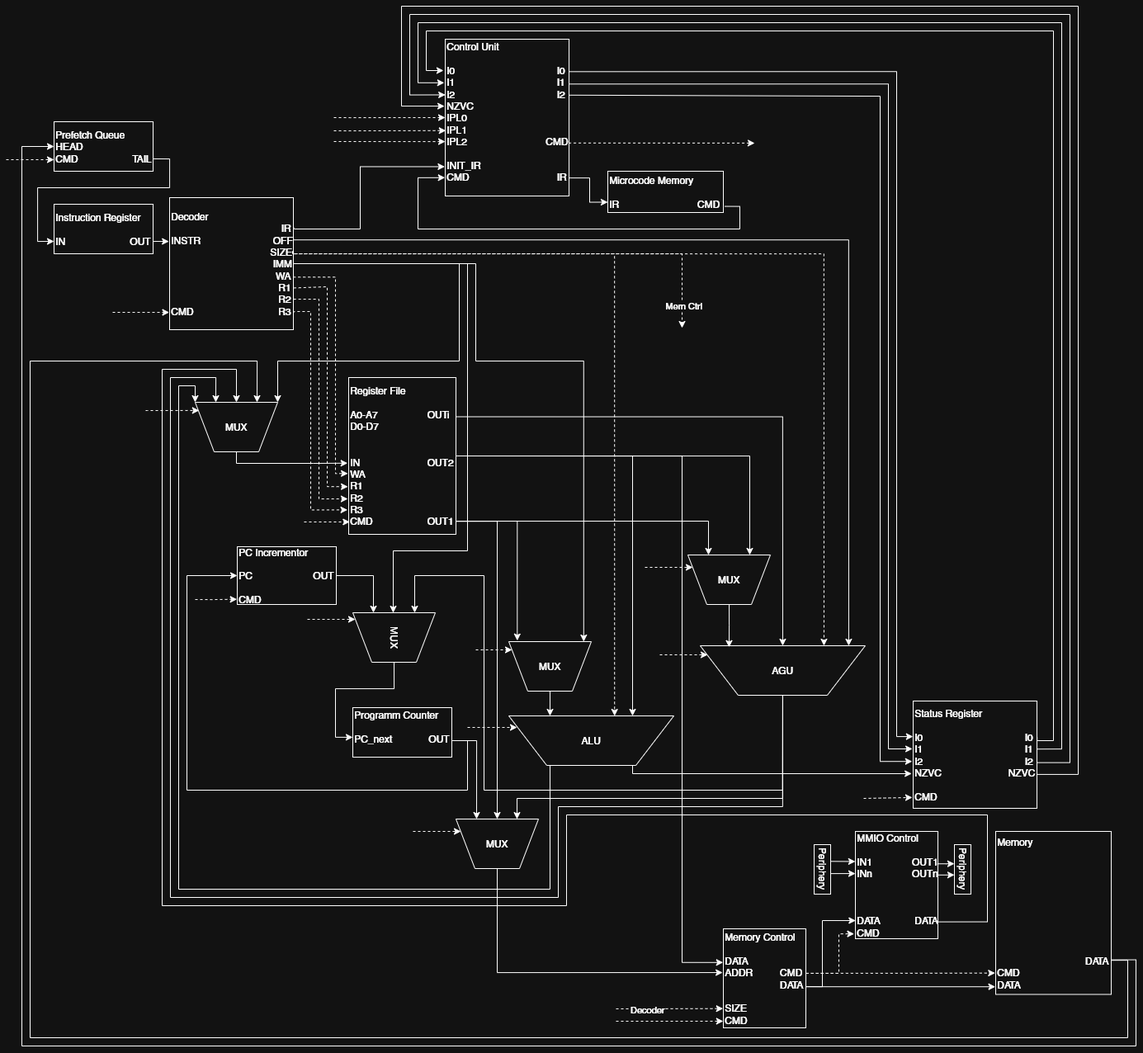
Earlier version of the draw.io export scheme/llm68kscheme.drawio.png (tr-osfh/computer_architecture). Source tidied: cells renumbered, new cells last; positions are measured from the earlier drawing's top-left corner, leaving out a move shared by most shapes.
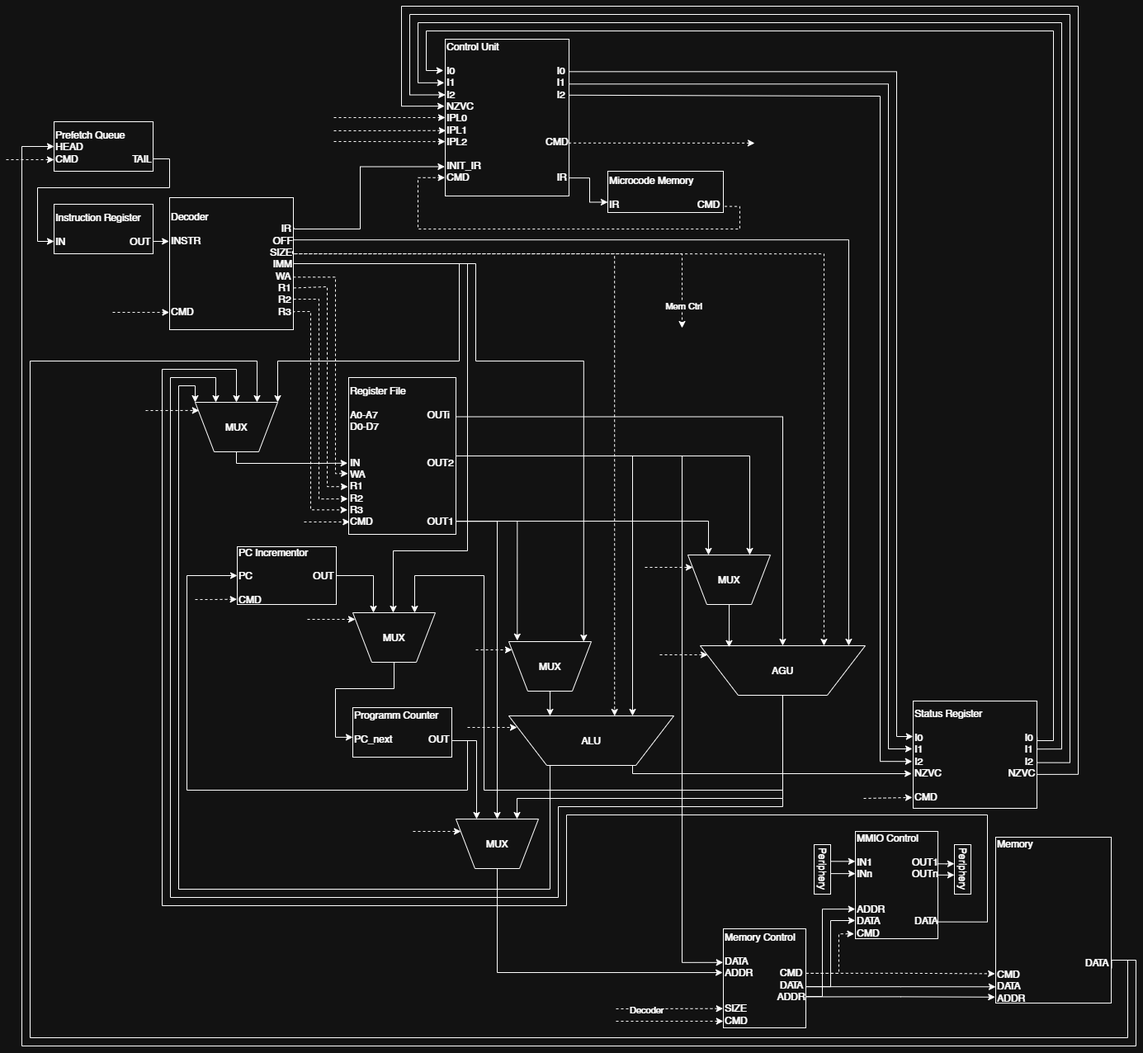
The same file after the commit.

Commit message:
fix: add addr path from mem ctrl to mem

Diff of the diagram source:
```diff
@@ -54,8 +54,8 @@
         </Array>
       </mxGeometry>
     </mxCell>
-    <mxCell id="12" value="&lt;div&gt;&lt;span style=&quot;background-color: transparent; color: light-dark(rgb(0, 0, 0), rgb(255, 255, 255));&quot;&gt;Memory&lt;/span&gt;&lt;/div&gt;&lt;div&gt;&lt;br&gt;&lt;/div&gt;&lt;div&gt;&lt;br&gt;&lt;/div&gt;&lt;div&gt;&lt;br&gt;&lt;/div&gt;&lt;div&gt;&lt;br&gt;&lt;/div&gt;&lt;div&gt;&lt;br&gt;&lt;/div&gt;&lt;div&gt;&lt;br&gt;&lt;/div&gt;&lt;div&gt;&lt;br&gt;&lt;/div&gt;&lt;div&gt;&lt;br&gt;&lt;/div&gt;&lt;div&gt;&lt;br&gt;&lt;/div&gt;&lt;div&gt;&amp;nbsp; &amp;nbsp; &amp;nbsp; &amp;nbsp; &amp;nbsp; &amp;nbsp; &amp;nbsp; &amp;nbsp; &amp;nbsp; &amp;nbsp; &amp;nbsp; &amp;nbsp; &lt;span style=&quot;white-space: pre;&quot;&gt;&#9;&lt;/span&gt;DATA&lt;/div&gt;&lt;div&gt;CMD&lt;br&gt;DATA&lt;br&gt;&lt;/div&gt;" style="rounded=0;whiteSpace=wrap;html=1;align=left;" parent="1" vertex="1">
-      <mxGeometry x="1199" y="1000" width="140" height="197.5" as="geometry" />
+    <mxCell id="12" value="&lt;div&gt;&lt;span style=&quot;background-color: transparent; color: light-dark(rgb(0, 0, 0), rgb(255, 255, 255));&quot;&gt;Memory&lt;/span&gt;&lt;/div&gt;&lt;div&gt;&lt;br&gt;&lt;/div&gt;&lt;div&gt;&lt;br&gt;&lt;/div&gt;&lt;div&gt;&lt;br&gt;&lt;/div&gt;&lt;div&gt;&lt;br&gt;&lt;/div&gt;&lt;div&gt;&lt;br&gt;&lt;/div&gt;&lt;div&gt;&lt;br&gt;&lt;/div&gt;&lt;div&gt;&lt;br&gt;&lt;/div&gt;&lt;div&gt;&lt;br&gt;&lt;/div&gt;&lt;div&gt;&lt;br&gt;&lt;/div&gt;&lt;div&gt;&amp;nbsp; &amp;nbsp; &amp;nbsp; &amp;nbsp; &amp;nbsp; &amp;nbsp; &amp;nbsp; &amp;nbsp; &amp;nbsp; &amp;nbsp; &amp;nbsp; &amp;nbsp; &lt;span style=&quot;white-space: pre;&quot;&gt;&#9;&lt;/span&gt;DATA&lt;/div&gt;&lt;div&gt;CMD&lt;br&gt;DATA&lt;br&gt;&lt;/div&gt;&lt;div&gt;ADDR&lt;/div&gt;" style="rounded=0;whiteSpace=wrap;html=1;align=left;" parent="1" vertex="1">
+      <mxGeometry x="1199" y="1007" width="140" height="201" as="geometry" />
     </mxCell>
     <mxCell id="13" style="edgeStyle=orthogonalEdgeStyle;rounded=0;jettySize=auto;html=1;exitX=1;exitY=0.5;exitDx=0;exitDy=0;entryX=0.25;entryY=1;entryDx=0;entryDy=0;" parent="1" edge="1" source="15" target="17">
       <mxGeometry relative="1" as="geometry">
@@ -79,7 +79,7 @@
     <mxCell id="15" value="Programm Counter&lt;div&gt;&lt;br&gt;&lt;/div&gt;&lt;div&gt;PC_next&lt;span style=&quot;white-space: pre;&quot;&gt;&#9;&lt;/span&gt;&lt;span style=&quot;white-space: pre;&quot;&gt;&#9;&lt;/span&gt;&amp;nbsp; &amp;nbsp;OUT&lt;/div&gt;&lt;div&gt;&lt;br&gt;&lt;/div&gt;" style="rounded=0;whiteSpace=wrap;html=1;align=left;" parent="1" vertex="1">
       <mxGeometry x="420" y="850" width="120" height="60" as="geometry" />
     </mxCell>
-    <mxCell id="16" value="Memory Control&lt;br&gt;&lt;div&gt;&lt;br&gt;&lt;/div&gt;&lt;div&gt;DATA&lt;span style=&quot;white-space: pre;&quot;&gt;&#9;     &#9;&lt;/span&gt;&lt;/div&gt;&lt;div&gt;ADDR&lt;span style=&quot;white-space: pre;&quot;&gt;&#9;&lt;/span&gt;&amp;nbsp; &amp;nbsp; &lt;span style=&quot;white-space: pre; background-color: transparent; color: light-dark(rgb(0, 0, 0), rgb(255, 255, 255));&quot;&gt;CMD&lt;/span&gt;&lt;/div&gt;&lt;div&gt;&amp;nbsp; &amp;nbsp; &amp;nbsp; &amp;nbsp;&lt;span style=&quot;white-space: pre;&quot;&gt;&#9;&lt;/span&gt;&lt;span style=&quot;background-color: transparent; color: light-dark(rgb(0, 0, 0), rgb(255, 255, 255)); white-space: pre;&quot;&gt;&#9;&lt;/span&gt;&amp;nbsp; &amp;nbsp;&amp;nbsp;DATA&lt;/div&gt;&lt;div&gt;&lt;br&gt;&lt;/div&gt;&lt;div&gt;SIZE&lt;/div&gt;&lt;div&gt;CMD&lt;/div&gt;" style="rounded=0;whiteSpace=wrap;html=1;align=left;" parent="1" vertex="1">
+    <mxCell id="16" value="Memory Control&lt;br&gt;&lt;div&gt;&lt;br&gt;&lt;/div&gt;&lt;div&gt;DATA&lt;span style=&quot;white-space: pre;&quot;&gt;&#9;     &#9;&lt;/span&gt;&lt;/div&gt;&lt;div&gt;ADDR&lt;span style=&quot;white-space: pre;&quot;&gt;&#9;&lt;/span&gt;&amp;nbsp; &amp;nbsp; &lt;span style=&quot;white-space: pre; background-color: transparent; color: light-dark(rgb(0, 0, 0), rgb(255, 255, 255));&quot;&gt;CMD&lt;/span&gt;&lt;/div&gt;&lt;div&gt;&amp;nbsp; &amp;nbsp; &amp;nbsp; &amp;nbsp;&lt;span style=&quot;white-space: pre;&quot;&gt;&#9;&lt;/span&gt;&lt;span style=&quot;background-color: transparent; color: light-dark(rgb(0, 0, 0), rgb(255, 255, 255)); white-space: pre;&quot;&gt;&#9;&lt;/span&gt;&amp;nbsp; &amp;nbsp;&amp;nbsp;DATA&lt;/div&gt;&lt;div&gt;&lt;span style=&quot;white-space: pre;&quot;&gt;&#9;&lt;/span&gt;&lt;span style=&quot;white-space: pre;&quot;&gt;&#9;&lt;/span&gt;&amp;nbsp; &amp;nbsp;ADDR&lt;br&gt;&lt;/div&gt;&lt;div&gt;SIZE&lt;/div&gt;&lt;div&gt;CMD&lt;/div&gt;" style="rounded=0;whiteSpace=wrap;html=1;align=left;" parent="1" vertex="1">
       <mxGeometry x="869" y="1118" width="100" height="120" as="geometry" />
     </mxCell>
     <mxCell id="17" value="MUX" style="verticalLabelPosition=middle;verticalAlign=middle;html=1;shape=trapezoid;perimeter=trapezoidPerimeter;whiteSpace=wrap;size=0.23;arcSize=10;flipV=1;labelPosition=center;align=center;legacyAnchorPoints=0;rotation=0;" parent="1" vertex="1">
@@ -111,7 +111,7 @@
     <mxCell id="23" value="&lt;div&gt;Control Unit&lt;/div&gt;&lt;div&gt;&lt;br&gt;&lt;/div&gt;&lt;div&gt;&lt;div&gt;I0&lt;span style=&quot;white-space: pre;&quot;&gt;&#9;&lt;/span&gt;&lt;span style=&quot;white-space: pre;&quot;&gt;&#9;&lt;/span&gt;&lt;span style=&quot;white-space: pre;&quot;&gt;&#9;&lt;/span&gt;&lt;span style=&quot;white-space: pre;&quot;&gt;&#9;&lt;/span&gt;&lt;span style=&quot;white-space: pre;&quot;&gt;&#9;&lt;/span&gt;I0&lt;/div&gt;&lt;div&gt;I1&lt;span style=&quot;white-space: pre;&quot;&gt;&#9;&lt;/span&gt;&lt;span style=&quot;white-space: pre;&quot;&gt;&#9;&lt;/span&gt;&lt;span style=&quot;white-space: pre;&quot;&gt;&#9;&lt;/span&gt;&lt;span style=&quot;white-space: pre;&quot;&gt;&#9;&lt;/span&gt;&lt;span style=&quot;white-space: pre;&quot;&gt;&#9;&lt;/span&gt;I1&lt;/div&gt;&lt;div&gt;I2&lt;span style=&quot;white-space: pre;&quot;&gt;&#9;&lt;/span&gt;&lt;span style=&quot;white-space: pre;&quot;&gt;&#9;&lt;/span&gt;&lt;span style=&quot;white-space: pre;&quot;&gt;&#9;&lt;/span&gt;&lt;span style=&quot;white-space: pre;&quot;&gt;&#9;&lt;/span&gt;&lt;span style=&quot;white-space: pre;&quot;&gt;&#9;&lt;/span&gt;I2&lt;/div&gt;&lt;/div&gt;&lt;div&gt;NZVC&lt;/div&gt;&lt;div&gt;IPL0&lt;/div&gt;&lt;div&gt;IPL1&lt;/div&gt;&lt;div&gt;IPL2&lt;span style=&quot;white-space: pre;&quot;&gt;&#9;&lt;/span&gt;&lt;span style=&quot;white-space: pre;&quot;&gt;&#9;&lt;/span&gt;&lt;span style=&quot;white-space: pre;&quot;&gt;&#9;&lt;/span&gt;&lt;span style=&quot;white-space: pre;&quot;&gt;&#9;&amp;nbsp;&lt;/span&gt;&amp;nbsp; &amp;nbsp;CMD&lt;/div&gt;&lt;div&gt;&lt;span style=&quot;white-space: pre;&quot;&gt;&#9;&lt;/span&gt;&lt;span style=&quot;white-space: pre;&quot;&gt;&#9;&lt;/span&gt;&lt;span style=&quot;white-space: pre;&quot;&gt;&#9;&lt;/span&gt;&lt;span style=&quot;white-space: pre;&quot;&gt;&#9;&lt;/span&gt;&amp;nbsp; &amp;nbsp; &amp;nbsp; &amp;nbsp;&amp;nbsp;&lt;/div&gt;&lt;div&gt;&lt;span style=&quot;background-color: transparent; color: light-dark(rgb(0, 0, 0), rgb(255, 255, 255));&quot;&gt;INIT_IR&amp;nbsp;&amp;nbsp;&lt;span style=&quot;white-space: pre;&quot;&gt;&#9;&lt;/span&gt;&lt;span style=&quot;white-space: pre;&quot;&gt;&#9;&lt;/span&gt;&lt;span style=&quot;white-space: pre;&quot;&gt;&#9;&lt;/span&gt;&amp;nbsp; &amp;nbsp; &amp;nbsp; &amp;nbsp;&amp;nbsp;&lt;/span&gt;&lt;/div&gt;&lt;div&gt;&lt;span style=&quot;background-color: transparent; color: light-dark(rgb(0, 0, 0), rgb(255, 255, 255));&quot;&gt;CMD&amp;nbsp;&amp;nbsp;&lt;/span&gt;&lt;span style=&quot;background-color: transparent; color: light-dark(rgb(0, 0, 0), rgb(255, 255, 255)); white-space: pre;&quot;&gt;&#9;&lt;/span&gt;&lt;span style=&quot;background-color: transparent; color: light-dark(rgb(0, 0, 0), rgb(255, 255, 255)); white-space: pre;&quot;&gt;&#9;&lt;/span&gt;&lt;span style=&quot;background-color: transparent; color: light-dark(rgb(0, 0, 0), rgb(255, 255, 255)); white-space: pre;&quot;&gt;&#9;&lt;/span&gt;&amp;nbsp; &amp;nbsp; &amp;nbsp; &amp;nbsp;&amp;nbsp;&lt;span style=&quot;background-color: transparent; color: light-dark(rgb(0, 0, 0), rgb(255, 255, 255));&quot;&gt;IR&lt;/span&gt;&lt;/div&gt;&lt;div&gt;&lt;span style=&quot;background-color: transparent; color: light-dark(rgb(0, 0, 0), rgb(255, 255, 255));&quot;&gt;&lt;br&gt;&lt;/span&gt;&lt;/div&gt;" style="rounded=0;whiteSpace=wrap;html=1;align=left;" parent="1" vertex="1">
       <mxGeometry x="532" y="40" width="150" height="190" as="geometry" />
     </mxCell>
-    <mxCell id="24" style="edgeStyle=orthogonalEdgeStyle;rounded=0;jettySize=auto;html=1;exitX=1.011;exitY=0.851;exitDx=0;exitDy=0;exitPerimeter=0;entryX=-0.002;entryY=0.883;entryDx=0;entryDy=0;entryPerimeter=0;" parent="1" edge="1" source="22" target="23">
+    <mxCell id="24" style="edgeStyle=orthogonalEdgeStyle;rounded=0;jettySize=auto;html=1;exitX=1.011;exitY=0.851;exitDx=0;exitDy=0;exitPerimeter=0;entryX=-0.002;entryY=0.883;entryDx=0;entryDy=0;entryPerimeter=0;dashed=1;" parent="1" edge="1" source="22" target="23">
       <mxGeometry relative="1" as="geometry">
         <Array as="points">
           <mxPoint x="889" y="243" />
@@ -172,7 +172,7 @@
         </Array>
       </mxGeometry>
     </mxCell>
-    <mxCell id="33" value="MUX" style="verticalLabelPosition=middle;verticalAlign=middle;html=1;shape=trapezoid;perimeter=trapezoidPerimeter;whiteSpace=wrap;size=0.23;arcSize=10;flipV=1;labelPosition=center;align=center;legacyAnchorPoints=0;rotation=0;textDirection=vertical-lr;" parent="1" vertex="1">
+    <mxCell id="33" value="MUX" style="verticalLabelPosition=middle;verticalAlign=middle;html=1;shape=trapezoid;perimeter=trapezoidPerimeter;whiteSpace=wrap;size=0.23;arcSize=10;flipV=1;labelPosition=center;align=center;legacyAnchorPoints=0;rotation=0;" parent="1" vertex="1">
       <mxGeometry x="420" y="735" width="100" height="60" as="geometry" />
     </mxCell>
     <mxCell id="34" style="edgeStyle=orthogonalEdgeStyle;rounded=0;jettySize=auto;html=1;exitX=1;exitY=0.5;exitDx=0;exitDy=0;entryX=0.25;entryY=1;entryDx=0;entryDy=0;" parent="1" edge="1" source="35" target="33">
@@ -222,10 +222,14 @@
     <mxCell id="40" style="edgeStyle=orthogonalEdgeStyle;rounded=0;jettySize=auto;html=1;exitX=0.5;exitY=0;exitDx=0;exitDy=0;entryX=-0.009;entryY=0.442;entryDx=0;entryDy=0;entryPerimeter=0;" parent="1" edge="1" source="17" target="16">
       <mxGeometry relative="1" as="geometry" />
     </mxCell>
-    <mxCell id="41" style="edgeStyle=orthogonalEdgeStyle;rounded=0;jettySize=auto;html=1;exitX=1.003;exitY=0.449;exitDx=0;exitDy=0;exitPerimeter=0;entryX=-0.005;entryY=0.869;entryDx=0;entryDy=0;entryPerimeter=0;dashed=1;" parent="1" edge="1" source="16" target="12">
-      <mxGeometry relative="1" as="geometry" />
+    <mxCell id="41" style="edgeStyle=orthogonalEdgeStyle;rounded=0;jettySize=auto;html=1;exitX=1.003;exitY=0.449;exitDx=0;exitDy=0;exitPerimeter=0;dashed=1;entryX=-0.006;entryY=0.823;entryDx=0;entryDy=0;entryPerimeter=0;" parent="1" edge="1" source="16" target="12">
+      <mxGeometry relative="1" as="geometry">
+        <Array as="points">
+          <mxPoint x="1084" y="1172" />
+        </Array>
+      </mxGeometry>
     </mxCell>
-    <mxCell id="42" style="edgeStyle=orthogonalEdgeStyle;rounded=0;jettySize=auto;html=1;exitX=1.003;exitY=0.585;exitDx=0;exitDy=0;exitPerimeter=0;entryX=-0.003;entryY=0.953;entryDx=0;entryDy=0;entryPerimeter=0;" parent="1" edge="1" source="16" target="12">
+    <mxCell id="42" style="edgeStyle=orthogonalEdgeStyle;rounded=0;jettySize=auto;html=1;exitX=1.003;exitY=0.585;exitDx=0;exitDy=0;exitPerimeter=0;entryX=0;entryY=0.902;entryDx=0;entryDy=0;entryPerimeter=0;" parent="1" edge="1" source="16" target="12">
       <mxGeometry relative="1" as="geometry" />
     </mxCell>
     <mxCell id="43" style="edgeStyle=orthogonalEdgeStyle;rounded=0;jettySize=auto;html=1;entryX=0;entryY=0.5;entryDx=0;entryDy=0;exitX=1.002;exitY=0.788;exitDx=0;exitDy=0;exitPerimeter=0;" parent="1" edge="1" source="12" target="77">
@@ -549,7 +553,7 @@
     <mxCell id="85" value="Mem Ctrl" style="edgeLabel;html=1;align=center;verticalAlign=middle;" parent="84" vertex="1">
       <mxGeometry x="0.9" y="1" relative="1" as="geometry" />
     </mxCell>
-    <mxCell id="86" value="MMIO Control&lt;br&gt;&lt;div&gt;&lt;br&gt;&lt;/div&gt;&lt;div&gt;&lt;span style=&quot;white-space: pre;&quot;&gt;IN1&lt;span style=&quot;white-space: pre;&quot;&gt;&#9;&lt;/span&gt;&#9;    OUT&lt;/span&gt;1&lt;/div&gt;&lt;div&gt;&lt;span style=&quot;white-space: pre;&quot;&gt;INn&lt;span style=&quot;white-space: pre;&quot;&gt;&#9;&lt;/span&gt;&lt;span style=&quot;white-space: pre;&quot;&gt;&#9;&lt;/span&gt;    OUTn&lt;/span&gt;&lt;/div&gt;&lt;div&gt;&lt;span style=&quot;background-color: transparent; color: light-dark(rgb(0, 0, 0), rgb(255, 255, 255));&quot;&gt;&lt;span style=&quot;white-space: pre;&quot;&gt;&#9;&lt;/span&gt;&lt;span style=&quot;white-space: pre;&quot;&gt;&#9;&lt;/span&gt;&lt;span style=&quot;white-space: pre;&quot;&gt;&#9;&lt;/span&gt;&amp;nbsp; &amp;nbsp; &amp;nbsp; &amp;nbsp;&lt;/span&gt;&lt;span style=&quot;background-color: transparent; color: light-dark(rgb(0, 0, 0), rgb(255, 255, 255)); white-space: pre;&quot;&gt;&#9;&lt;/span&gt;&lt;span style=&quot;background-color: transparent; color: light-dark(rgb(0, 0, 0), rgb(255, 255, 255)); white-space: pre;&quot;&gt;&#9;&lt;/span&gt;&lt;span style=&quot;background-color: transparent; color: light-dark(rgb(0, 0, 0), rgb(255, 255, 255));&quot;&gt;&amp;nbsp; &amp;nbsp;&amp;nbsp;&lt;/span&gt;&lt;/div&gt;&lt;div&gt;&lt;br&gt;&lt;/div&gt;&lt;div&gt;&lt;span style=&quot;background-color: transparent; color: light-dark(rgb(0, 0, 0), rgb(255, 255, 255));&quot;&gt;DATA&lt;/span&gt;&lt;span style=&quot;background-color: transparent; color: light-dark(rgb(0, 0, 0), rgb(255, 255, 255)); white-space: pre;&quot;&gt;&#9;&lt;/span&gt;&lt;span style=&quot;white-space: pre;&quot;&gt;&amp;nbsp;    &lt;/span&gt;DATA&lt;/div&gt;&lt;div&gt;CMD&lt;/div&gt;" style="rounded=0;whiteSpace=wrap;html=1;align=left;" parent="1" vertex="1">
+    <mxCell id="86" value="MMIO Control&lt;br&gt;&lt;div&gt;&lt;br&gt;&lt;/div&gt;&lt;div&gt;&lt;span style=&quot;white-space: pre;&quot;&gt;IN1&lt;span style=&quot;white-space: pre;&quot;&gt;&#9;&lt;/span&gt;&#9;    OUT&lt;/span&gt;1&lt;/div&gt;&lt;div&gt;&lt;span style=&quot;white-space: pre;&quot;&gt;INn&lt;span style=&quot;white-space: pre;&quot;&gt;&#9;&lt;/span&gt;&lt;span style=&quot;white-space: pre;&quot;&gt;&#9;&lt;/span&gt;    OUTn&lt;/span&gt;&lt;/div&gt;&lt;div&gt;&lt;span style=&quot;background-color: transparent; color: light-dark(rgb(0, 0, 0), rgb(255, 255, 255));&quot;&gt;&lt;span style=&quot;white-space: pre;&quot;&gt;&#9;&lt;/span&gt;&lt;span style=&quot;white-space: pre;&quot;&gt;&#9;&lt;/span&gt;&lt;span style=&quot;white-space: pre;&quot;&gt;&#9;&lt;/span&gt;&amp;nbsp; &amp;nbsp; &amp;nbsp; &amp;nbsp;&lt;/span&gt;&lt;span style=&quot;background-color: transparent; color: light-dark(rgb(0, 0, 0), rgb(255, 255, 255)); white-space: pre;&quot;&gt;&#9;&lt;/span&gt;&lt;span style=&quot;background-color: transparent; color: light-dark(rgb(0, 0, 0), rgb(255, 255, 255)); white-space: pre;&quot;&gt;&#9;&lt;/span&gt;&lt;span style=&quot;background-color: transparent; color: light-dark(rgb(0, 0, 0), rgb(255, 255, 255));&quot;&gt;&amp;nbsp; &amp;nbsp;&amp;nbsp;&lt;/span&gt;&lt;/div&gt;&lt;div&gt;ADDR&lt;/div&gt;&lt;div&gt;&lt;span style=&quot;background-color: transparent; color: light-dark(rgb(0, 0, 0), rgb(255, 255, 255));&quot;&gt;DATA&lt;/span&gt;&lt;span style=&quot;background-color: transparent; color: light-dark(rgb(0, 0, 0), rgb(255, 255, 255)); white-space: pre;&quot;&gt;&#9;&lt;/span&gt;&lt;span style=&quot;white-space: pre;&quot;&gt;&amp;nbsp;    &lt;/span&gt;DATA&lt;/div&gt;&lt;div&gt;CMD&lt;/div&gt;" style="rounded=0;whiteSpace=wrap;html=1;align=left;" parent="1" vertex="1">
       <mxGeometry x="1029" y="1000" width="100" height="130" as="geometry" />
     </mxCell>
     <mxCell id="87" style="edgeStyle=orthogonalEdgeStyle;rounded=0;jettySize=auto;html=1;exitX=1;exitY=0.45;exitDx=0;exitDy=0;exitPerimeter=0;entryX=-0.015;entryY=0.955;entryDx=0;entryDy=0;entryPerimeter=0;dashed=1;" parent="1" edge="1" source="16" target="86">
@@ -560,11 +564,12 @@
         </Array>
       </mxGeometry>
     </mxCell>
-    <mxCell id="88" style="edgeStyle=orthogonalEdgeStyle;rounded=0;jettySize=auto;html=1;exitX=0.999;exitY=0.584;exitDx=0;exitDy=0;exitPerimeter=0;entryX=0.003;entryY=0.831;entryDx=0;entryDy=0;entryPerimeter=0;" parent="1" edge="1" source="16" target="86">
+    <mxCell id="88" style="edgeStyle=orthogonalEdgeStyle;rounded=0;jettySize=auto;html=1;exitX=0.999;exitY=0.584;exitDx=0;exitDy=0;exitPerimeter=0;entryX=-0.002;entryY=0.834;entryDx=0;entryDy=0;entryPerimeter=0;" parent="1" edge="1" source="16" target="86">
       <mxGeometry relative="1" as="geometry">
         <Array as="points">
-          <mxPoint x="989" y="1188" />
-          <mxPoint x="989" y="1108" />
+          <mxPoint x="999" y="1188" />
+          <mxPoint x="999" y="1108" />
+          <mxPoint x="1029" y="1108" />
         </Array>
       </mxGeometry>
     </mxCell>
@@ -615,5 +620,21 @@
         <mxPoint x="832" y="680" as="targetPoint" />
       </mxGeometry>
     </mxCell>
+    <mxCell id="97" style="edgeStyle=orthogonalEdgeStyle;rounded=0;jettySize=auto;html=1;exitX=0.996;exitY=0.687;exitDx=0;exitDy=0;exitPerimeter=0;entryX=-0.005;entryY=0.964;entryDx=0;entryDy=0;entryPerimeter=0;" parent="1" edge="1" source="16" target="12">
+      <mxGeometry relative="1" as="geometry">
+        <Array as="points">
+          <mxPoint x="1084" y="1200" />
+        </Array>
+      </mxGeometry>
+    </mxCell>
+    <mxCell id="98" style="edgeStyle=orthogonalEdgeStyle;rounded=0;jettySize=auto;html=1;entryX=-0.002;entryY=0.724;entryDx=0;entryDy=0;entryPerimeter=0;" parent="1" edge="1" target="86">
+      <mxGeometry relative="1" as="geometry">
+        <mxPoint x="969" y="1200" as="sourcePoint" />
+        <Array as="points">
+          <mxPoint x="989" y="1200" />
+          <mxPoint x="989" y="1094" />
+        </Array>
+      </mxGeometry>
+    </mxCell>
   </root>
 </mxGraphModel>
```
